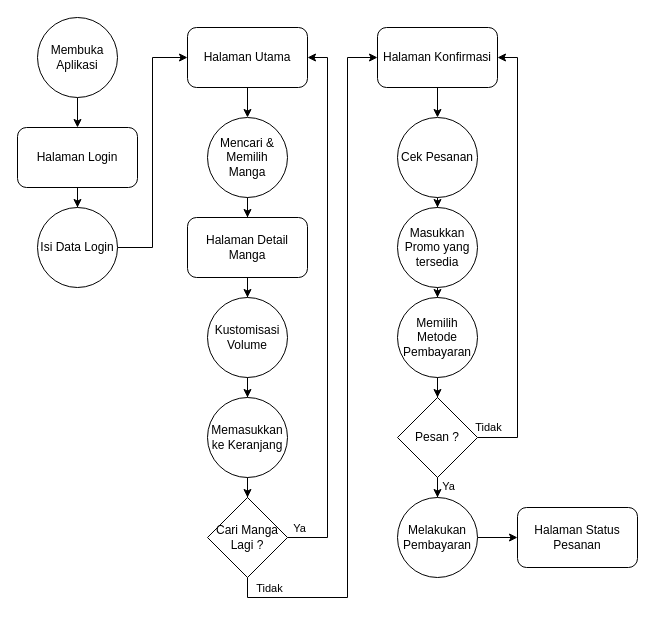
Before: Untitled Diagram.drawio in wimpoge/CV, a draw.io diagram. Source tidied: cells renumbered, new cells numbered last; positions are measured from the earlier drawing's top-left corner, leaving out a move shared by most shapes. Both pictures are drawn from the tidied source at 100%, with x=0, y=0 at pixel (17, 17).
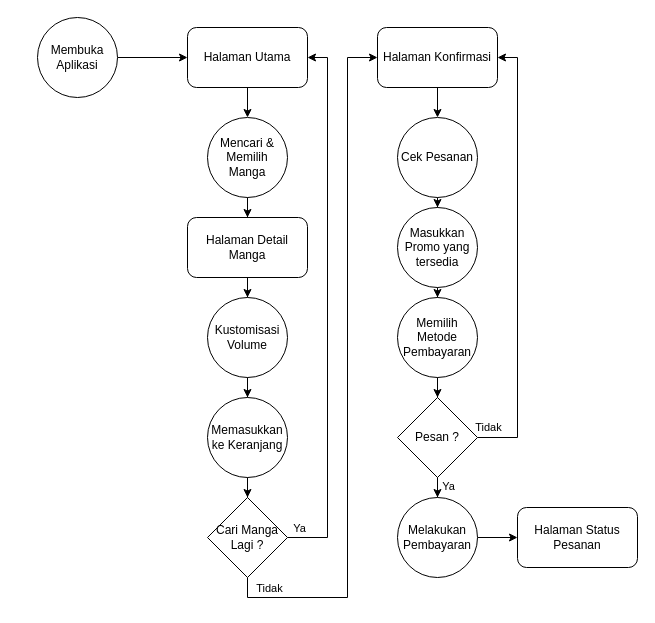
Above is the later version.

The change refers to these unchanged cells:
```xml
<mxCell id="3" value="Membuka Aplikasi" style="ellipse;whiteSpace=wrap;html=1;" parent="1" vertex="1">
  <mxGeometry x="20" width="80" height="80" as="geometry" />
</mxCell>
<mxCell id="9" value="Halaman Utama" style="rounded=1;whiteSpace=wrap;html=1;" parent="1" vertex="1">
  <mxGeometry x="170" y="10" width="120" height="60" as="geometry" />
</mxCell>
```

Change to the diagram source:
```diff
@@
-    <mxCell id="2" style="edgeStyle=orthogonalEdgeStyle;rounded=0;jettySize=auto;html=1;" parent="1" edge="1" source="3" target="5">
-      <mxGeometry relative="1" as="geometry" />
-    </mxCell>
+    <mxCell id="39" style="edgeStyle=orthogonalEdgeStyle;rounded=0;jettySize=auto;html=1;" parent="1" edge="1" source="3" target="9">
+      <mxGeometry relative="1" as="geometry" />
+    </mxCell>
@@
-    <mxCell id="4" style="edgeStyle=orthogonalEdgeStyle;rounded=0;jettySize=auto;html=1;" parent="1" edge="1" source="5" target="7">
-      <mxGeometry relative="1" as="geometry" />
-    </mxCell>
-    <mxCell id="5" value="Halaman Login" style="rounded=1;whiteSpace=wrap;html=1;" parent="1" vertex="1">
-      <mxGeometry y="110" width="120" height="60" as="geometry" />
-    </mxCell>
-    <mxCell id="6" style="edgeStyle=orthogonalEdgeStyle;rounded=0;jettySize=auto;html=1;entryX=0;entryY=0.5;entryDx=0;entryDy=0;" parent="1" edge="1" source="7" target="9">
-      <mxGeometry relative="1" as="geometry" />
-    </mxCell>
-    <mxCell id="7" value="Isi Data Login" style="ellipse;whiteSpace=wrap;html=1;" parent="1" vertex="1">
-      <mxGeometry x="20" y="190" width="80" height="80" as="geometry" />
-    </mxCell>
```
